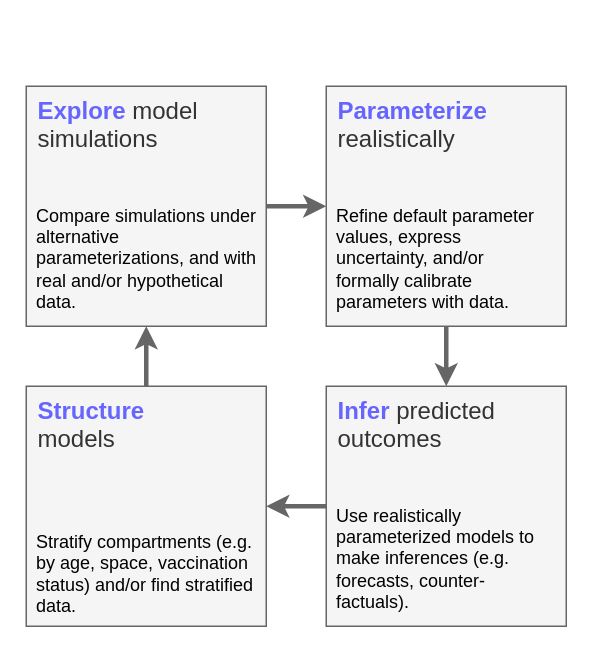
Earlier version of the draw.io diagram modelling-cycle.drawio (papsti/macpan-workshop). Source tidied: cells renumbered, new cells numbered last; positions are measured from the earlier drawing's top-left corner, leaving out a move shared by most shapes. Both pictures are drawn from the tidied source at 150%, with x=0, y=0 at pixel (26, 86).
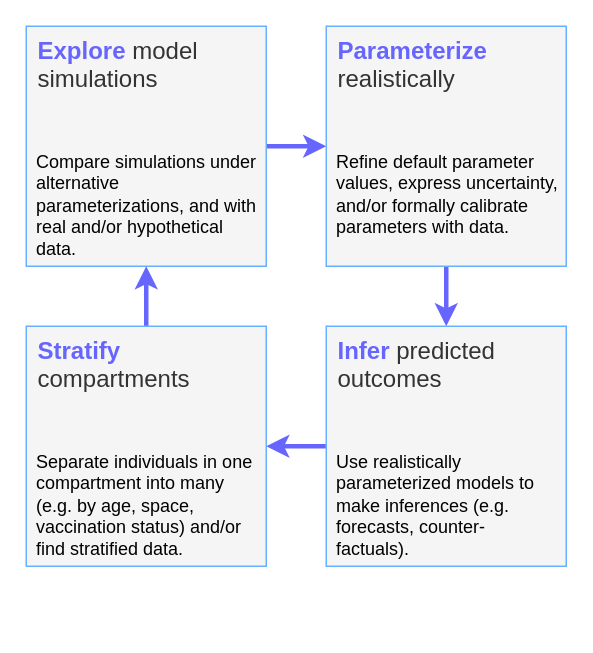
Above is the later version.

Commit message (it also covers changes not shown here):
cycle refinement

Diff of the diagram source:
```diff
@@
 <mxGraphModel>
   <root>
     <mxCell id="0" />
     <mxCell id="1" parent="0" />
-    <mxCell id="2" style="edgeStyle=orthogonalEdgeStyle;rounded=0;jettySize=auto;html=1;exitX=1;exitY=0.5;exitDx=0;exitDy=0;entryX=0;entryY=0.5;entryDx=0;entryDy=0;horizontal=1;spacingTop=6;align=left;spacingLeft=6;jumpSize=8;strokeWidth=3;strokeColor=#666666;fillColor=#f5f5f5;" parent="1" edge="1" source="3" target="5">
+    <mxCell id="2" style="edgeStyle=orthogonalEdgeStyle;rounded=0;jettySize=auto;html=1;exitX=1;exitY=0.5;exitDx=0;exitDy=0;entryX=0;entryY=0.5;entryDx=0;entryDy=0;horizontal=1;spacingTop=6;align=left;spacingLeft=6;jumpSize=8;strokeWidth=3;strokeColor=#6666FF;fillColor=#f5f5f5;" parent="1" edge="1" source="3" target="5">
       <mxGeometry relative="1" as="geometry" />
     </mxCell>
-    <mxCell id="3" value="&lt;font style=&quot;font-size: 16px;&quot;&gt;&lt;b style=&quot;font-size: 16px;&quot;&gt;&lt;font style=&quot;font-size: 16px;&quot; color=&quot;#6666ff&quot;&gt;Explore&lt;/font&gt;&amp;nbsp;&lt;/b&gt;model simulations&lt;/font&gt;" style="rounded=0;whiteSpace=wrap;html=1;verticalAlign=top;horizontal=1;spacingTop=0;fontSize=16;align=left;spacingLeft=6;fillColor=#f5f5f5;fontColor=#333333;strokeColor=#666666;" parent="1" vertex="1">
-      <mxGeometry width="160" height="160" as="geometry" />
+    <mxCell id="3" value="&lt;font style=&quot;font-size: 16px;&quot;&gt;&lt;b style=&quot;font-size: 16px;&quot;&gt;&lt;font style=&quot;font-size: 16px;&quot; color=&quot;#6666ff&quot;&gt;Explore&lt;/font&gt;&amp;nbsp;&lt;/b&gt;model simulations&lt;/font&gt;" style="rounded=0;whiteSpace=wrap;html=1;verticalAlign=top;horizontal=1;spacingTop=0;fontSize=16;align=left;spacingLeft=6;fillColor=#f5f5f5;fontColor=#333333;strokeColor=#66B2FF;" parent="1" vertex="1">
+      <mxGeometry y="-40" width="160" height="160" as="geometry" />
     </mxCell>
-    <mxCell id="4" style="edgeStyle=orthogonalEdgeStyle;rounded=0;jettySize=auto;html=1;exitX=0.5;exitY=1;exitDx=0;exitDy=0;entryX=0.5;entryY=0;entryDx=0;entryDy=0;horizontal=1;spacingTop=6;align=left;spacingLeft=6;jumpSize=8;strokeWidth=3;strokeColor=#666666;fillColor=#f5f5f5;" parent="1" edge="1" source="5" target="7">
+    <mxCell id="4" style="edgeStyle=orthogonalEdgeStyle;rounded=0;jettySize=auto;html=1;exitX=0.5;exitY=1;exitDx=0;exitDy=0;entryX=0.5;entryY=0;entryDx=0;entryDy=0;horizontal=1;spacingTop=6;align=left;spacingLeft=6;jumpSize=8;strokeWidth=3;strokeColor=#6666FF;fillColor=#f5f5f5;" parent="1" edge="1" source="5" target="7">
       <mxGeometry relative="1" as="geometry" />
     </mxCell>
-    <mxCell id="5" value="&lt;font style=&quot;font-size: 16px;&quot;&gt;&lt;font style=&quot;font-size: 16px;&quot; color=&quot;#6666ff&quot;&gt;&lt;b style=&quot;font-size: 16px;&quot;&gt;Parameterize&lt;/b&gt;&lt;/font&gt;&lt;span style=&quot;font-size: 16px;&quot;&gt; &lt;/span&gt;&lt;span style=&quot;font-size: 16px;&quot;&gt;realistically&lt;/span&gt;&lt;br style=&quot;font-size: 16px;&quot;&gt;&lt;/font&gt;" style="rounded=0;whiteSpace=wrap;html=1;verticalAlign=top;horizontal=1;spacingTop=0;fontSize=16;align=left;spacingLeft=6;fillColor=#f5f5f5;fontColor=#333333;strokeColor=#666666;" parent="1" vertex="1">
-      <mxGeometry x="200" width="160" height="160" as="geometry" />
+    <mxCell id="5" value="&lt;font style=&quot;font-size: 16px;&quot;&gt;&lt;font style=&quot;font-size: 16px;&quot; color=&quot;#6666ff&quot;&gt;&lt;b style=&quot;font-size: 16px;&quot;&gt;Parameterize&lt;/b&gt;&lt;/font&gt;&lt;span style=&quot;font-size: 16px;&quot;&gt; &lt;/span&gt;&lt;span style=&quot;font-size: 16px;&quot;&gt;realistically&lt;/span&gt;&lt;br style=&quot;font-size: 16px;&quot;&gt;&lt;/font&gt;" style="rounded=0;whiteSpace=wrap;html=1;verticalAlign=top;horizontal=1;spacingTop=0;fontSize=16;align=left;spacingLeft=6;fillColor=#f5f5f5;fontColor=#333333;strokeColor=#66B2FF;" parent="1" vertex="1">
+      <mxGeometry x="200" y="-40" width="160" height="160" as="geometry" />
     </mxCell>
-    <mxCell id="6" style="edgeStyle=orthogonalEdgeStyle;rounded=0;jettySize=auto;html=1;exitX=0;exitY=0.5;exitDx=0;exitDy=0;entryX=1;entryY=0.5;entryDx=0;entryDy=0;horizontal=1;spacingTop=6;align=left;spacingLeft=6;jumpSize=8;strokeWidth=3;strokeColor=#666666;fillColor=#f5f5f5;" parent="1" edge="1" source="7" target="9">
+    <mxCell id="6" style="edgeStyle=orthogonalEdgeStyle;rounded=0;jettySize=auto;html=1;exitX=0;exitY=0.5;exitDx=0;exitDy=0;entryX=1;entryY=0.5;entryDx=0;entryDy=0;horizontal=1;spacingTop=6;align=left;spacingLeft=6;jumpSize=8;strokeWidth=3;strokeColor=#6666FF;fillColor=#f5f5f5;" parent="1" edge="1" source="7" target="9">
       <mxGeometry relative="1" as="geometry" />
     </mxCell>
-    <mxCell id="7" value="&lt;font style=&quot;font-size: 16px;&quot;&gt;&lt;b style=&quot;font-size: 16px;&quot;&gt;&lt;font style=&quot;font-size: 16px;&quot; color=&quot;#6666ff&quot;&gt;Infer&lt;/font&gt;&amp;nbsp;&lt;/b&gt;predicted outcomes&lt;/font&gt;" style="rounded=0;whiteSpace=wrap;html=1;verticalAlign=top;horizontal=1;spacingTop=0;fontSize=16;align=left;spacingLeft=6;fillColor=#f5f5f5;fontColor=#333333;strokeColor=#666666;" parent="1" vertex="1">
-      <mxGeometry x="200" y="200" width="160" height="160" as="geometry" />
+    <mxCell id="7" value="&lt;font style=&quot;font-size: 16px;&quot;&gt;&lt;b style=&quot;font-size: 16px;&quot;&gt;&lt;font style=&quot;font-size: 16px;&quot; color=&quot;#6666ff&quot;&gt;Infer&lt;/font&gt;&amp;nbsp;&lt;/b&gt;predicted outcomes&lt;/font&gt;" style="rounded=0;whiteSpace=wrap;html=1;verticalAlign=top;horizontal=1;spacingTop=0;fontSize=16;align=left;spacingLeft=6;fillColor=#f5f5f5;fontColor=#333333;strokeColor=#66B2FF;" parent="1" vertex="1">
+      <mxGeometry x="200" y="160" width="160" height="160" as="geometry" />
     </mxCell>
-    <mxCell id="8" style="edgeStyle=orthogonalEdgeStyle;rounded=0;jettySize=auto;html=1;exitX=0.5;exitY=0;exitDx=0;exitDy=0;entryX=0.5;entryY=1;entryDx=0;entryDy=0;horizontal=1;spacingTop=6;align=left;spacingLeft=6;jumpSize=8;strokeWidth=3;strokeColor=#666666;fillColor=#f5f5f5;" parent="1" edge="1" source="9" target="3">
+    <mxCell id="8" style="edgeStyle=orthogonalEdgeStyle;rounded=0;jettySize=auto;html=1;exitX=0.5;exitY=0;exitDx=0;exitDy=0;entryX=0.5;entryY=1;entryDx=0;entryDy=0;horizontal=1;spacingTop=6;align=left;spacingLeft=6;jumpSize=8;strokeWidth=3;strokeColor=#6666FF;fillColor=#f5f5f5;" parent="1" edge="1" source="9" target="3">
       <mxGeometry relative="1" as="geometry" />
     </mxCell>
-    <mxCell id="9" value="&lt;font style=&quot;font-size: 16px;&quot;&gt;&lt;b style=&quot;font-size: 16px;&quot;&gt;&lt;font style=&quot;font-size: 16px;&quot; color=&quot;#6666ff&quot;&gt;Structure&lt;/font&gt;&amp;nbsp;&lt;br style=&quot;font-size: 16px;&quot;&gt;&lt;/b&gt;models&lt;/font&gt;" style="rounded=0;whiteSpace=wrap;html=1;verticalAlign=top;horizontal=1;spacingTop=0;fontSize=16;align=left;spacingLeft=6;fillColor=#f5f5f5;fontColor=#333333;strokeColor=#666666;" parent="1" vertex="1">
-      <mxGeometry y="200" width="160" height="160" as="geometry" />
+    <mxCell id="9" value="&lt;font style=&quot;font-size: 16px;&quot;&gt;&lt;b style=&quot;font-size: 16px;&quot;&gt;&lt;font style=&quot;font-size: 16px;&quot; color=&quot;#6666ff&quot;&gt;Stratify&lt;/font&gt;&amp;nbsp;&lt;br style=&quot;font-size: 16px;&quot;&gt;&lt;/b&gt;compartments&lt;/font&gt;" style="rounded=0;whiteSpace=wrap;html=1;verticalAlign=top;horizontal=1;spacingTop=0;fontSize=16;align=left;spacingLeft=6;fillColor=#f5f5f5;fontColor=#333333;strokeColor=#66B2FF;" parent="1" vertex="1">
+      <mxGeometry y="160" width="160" height="160" as="geometry" />
     </mxCell>
-    <mxCell id="10" value="Compare simulations under alternative parameterizations, and with real and/or hypothetical data." style="rounded=0;whiteSpace=wrap;html=1;strokeColor=none;fontSize=12;align=left;fillColor=none;" parent="1" vertex="1">
-      <mxGeometry x="5" y="90" width="150" height="50" as="geometry" />
+    <mxCell id="10" value="Compare simulations under alternative parameterizations, and with real and/or hypothetical data." style="rounded=0;whiteSpace=wrap;html=1;strokeColor=none;fontSize=12;align=left;fillColor=none;verticalAlign=top;" parent="1" vertex="1">
+      <mxGeometry x="5" y="37" width="150" height="80" as="geometry" />
     </mxCell>
-    <mxCell id="11" value="Stratify compartments (e.g. by age, space, vaccination status) and/or find stratified data." style="rounded=0;whiteSpace=wrap;html=1;strokeColor=none;fontSize=12;align=left;fillColor=none;" parent="1" vertex="1">
-      <mxGeometry x="5" y="290" width="150" height="70" as="geometry" />
+    <mxCell id="11" value="Separate individuals in one compartment into many (e.g. by age, space, vaccination status) and/or find stratified data." style="rounded=0;whiteSpace=wrap;html=1;strokeColor=none;fontSize=12;align=left;fillColor=none;verticalAlign=top;" parent="1" vertex="1">
+      <mxGeometry x="5" y="237" width="150" height="80" as="geometry" />
     </mxCell>
-    <mxCell id="12" value="Use realistically parameterized models to make inferences (e.g. forecasts, counter-factuals)." style="rounded=0;whiteSpace=wrap;html=1;strokeColor=none;fontSize=12;align=left;fillColor=none;" parent="1" vertex="1">
-      <mxGeometry x="205" y="280" width="145" height="70" as="geometry" />
+    <mxCell id="12" value="Use realistically parameterized models to make inferences (e.g. forecasts, counter-factuals)." style="rounded=0;whiteSpace=wrap;html=1;strokeColor=none;fontSize=12;align=left;fillColor=none;verticalAlign=top;" parent="1" vertex="1">
+      <mxGeometry x="205" y="237" width="150" height="80" as="geometry" />
     </mxCell>
-    <mxCell id="13" value="Refine default parameter values, express uncertainty, and/or formally calibrate parameters with data." style="rounded=0;whiteSpace=wrap;html=1;strokeColor=none;fontSize=12;align=left;fillColor=none;" parent="1" vertex="1">
-      <mxGeometry x="205" y="90" width="145" height="50" as="geometry" />
+    <mxCell id="13" value="Refine default parameter values, express uncertainty, and/or formally calibrate parameters with data." style="rounded=0;whiteSpace=wrap;html=1;strokeColor=none;fontSize=12;align=left;fillColor=none;verticalAlign=top;" parent="1" vertex="1">
+      <mxGeometry x="205" y="37" width="150" height="80" as="geometry" />
     </mxCell>
   </root>
 </mxGraphModel>
```
